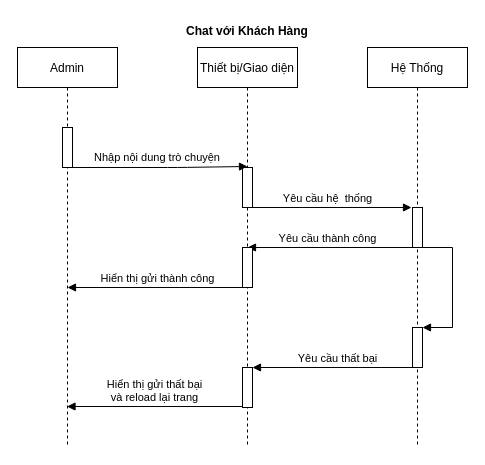
Earlier version of the draw.io diagram Drawio/Admin_chat.drawio (LuanMinhNguyen/nhom2thuctapchuyennganh). Source tidied: cells renumbered, new cells numbered last; positions are measured from the earlier drawing's top-left corner, leaving out a move shared by most shapes. Both pictures are drawn from the tidied source at 100%, with x=0, y=0 at pixel (17, 17).
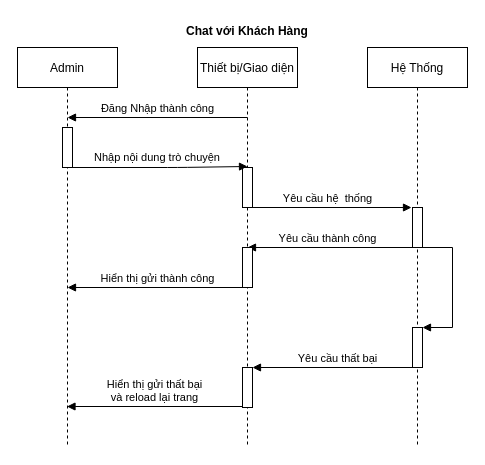
The same diagram, later.

Change to the diagram source:
```diff
@@
+    <mxCell id="19" value="Đăng Nhập thành công" style="html=1;verticalAlign=bottom;endArrow=block;exitX=0.5;exitY=1;exitDx=0;exitDy=0;exitPerimeter=0;" parent="1" edge="1">
+      <mxGeometry relative="1" as="geometry">
+        <mxPoint x="230" y="100" as="sourcePoint" />
+        <mxPoint x="50" y="100" as="targetPoint" />
+      </mxGeometry>
+    </mxCell>
```
